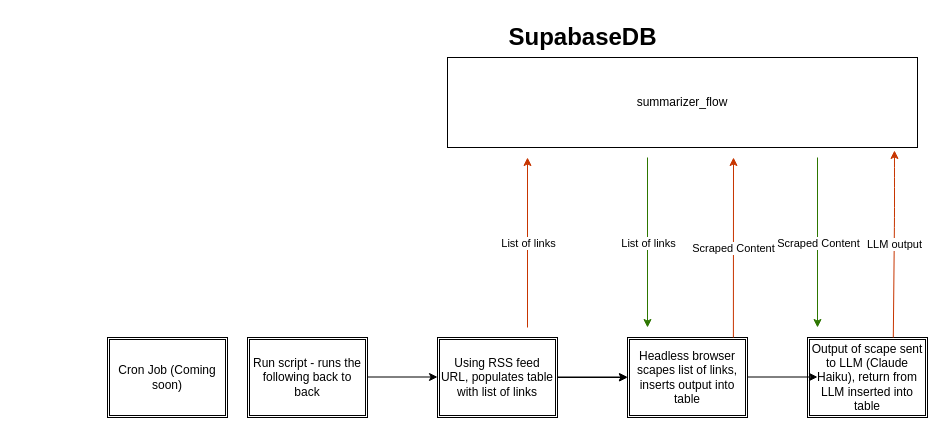
This is Flow.drawio from jfcostello/article-summarizer, a draw.io file, before an edit. Source tidied: cells renumbered, new cells numbered last; positions are measured from the earlier drawing's top-left corner, leaving out a move shared by most shapes. Both pictures are drawn from the tidied source at 100%, with x=0, y=0 at pixel (107, 17).
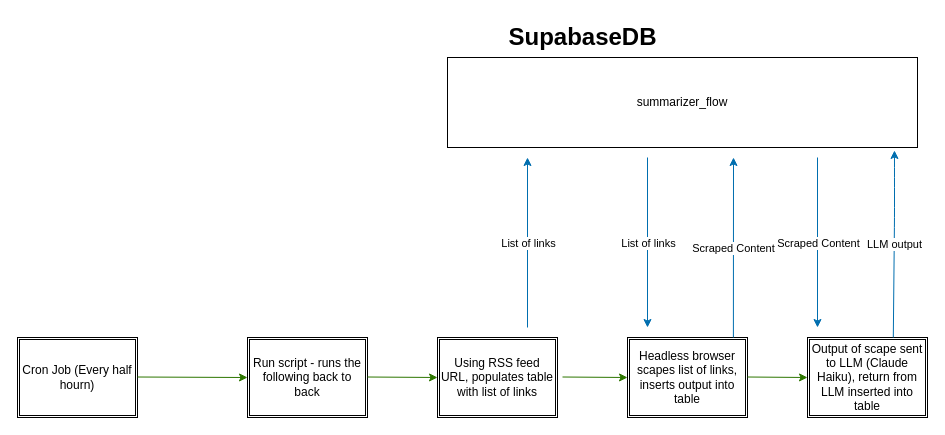
Above is the later version.

Unchanged cells that the change refers to:
```xml
<mxCell id="2" value="SupabaseDB" style="text;strokeColor=none;fillColor=none;html=1;fontSize=24;fontStyle=1;verticalAlign=middle;align=center;" parent="1" vertex="1">
  <mxGeometry x="425" width="100" height="40" as="geometry" />
</mxCell>
<mxCell id="3" value="summarizer_flow" style="whiteSpace=wrap;html=1;align=center;newEdgeStyle={&quot;edgeStyle&quot;:&quot;elbowEdgeStyle&quot;,&quot;startArrow&quot;:&quot;none&quot;,&quot;endArrow&quot;:&quot;none&quot;};" parent="1" vertex="1">
  <mxGeometry x="340" y="40" width="470" height="90" as="geometry" />
</mxCell>
<mxCell id="6" value="Using RSS feed URL, populates table with list of links" style="shape=ext;double=1;rounded=0;whiteSpace=wrap;html=1;" parent="1" vertex="1">
  <mxGeometry x="330" y="320" width="120" height="80" as="geometry" />
</mxCell>
<mxCell id="7" value="Headless browser scapes list of links, inserts output into table" style="shape=ext;double=1;rounded=0;whiteSpace=wrap;html=1;" parent="1" vertex="1">
  <mxGeometry x="520" y="320" width="120" height="80" as="geometry" />
</mxCell>
<mxCell id="21" value="Run script - runs the following back to back" style="shape=ext;double=1;rounded=0;whiteSpace=wrap;html=1;" parent="1" vertex="1">
  <mxGeometry x="140" y="320" width="120" height="80" as="geometry" />
</mxCell>
```

What changed in the source:
```diff
@@
+    <mxCell id="23" style="edgeStyle=none;html=1;" parent="1" edge="1" source="2" target="3">
+      <mxGeometry relative="1" as="geometry" />
+    </mxCell>
+    <mxCell id="24" style="edgeStyle=none;html=1;" parent="1" edge="1" source="2" target="3">
+      <mxGeometry relative="1" as="geometry" />
+    </mxCell>
+    <mxCell id="25" style="edgeStyle=none;html=1;" parent="1" edge="1" source="2" target="3">
+      <mxGeometry relative="1" as="geometry" />
+    </mxCell>
@@
-    <mxCell id="4" value="Cron Job (Coming soon)" style="shape=ext;double=1;rounded=0;whiteSpace=wrap;html=1;" parent="1" vertex="1">
-      <mxGeometry y="320" width="120" height="80" as="geometry" />
+    <mxCell id="4" value="Cron Job (Every half hourn)" style="shape=ext;double=1;rounded=0;whiteSpace=wrap;html=1;" parent="1" vertex="1">
+      <mxGeometry x="-90" y="320" width="120" height="80" as="geometry" />
     </mxCell>
-    <mxCell id="5" style="edgeStyle=none;html=1;labelBackgroundColor=#66B2FF;labelBorderColor=#33FFFF;" parent="1" edge="1" source="6" target="7">
-      <mxGeometry relative="1" as="geometry" />
-    </mxCell>
@@
-    <mxCell id="9" style="endArrow=classic;html=1;" parent="1" edge="1">
+    <mxCell id="9" style="endArrow=classic;html=1;fillColor=#60a917;strokeColor=#2D7600;" parent="1" edge="1">
       <mxGeometry relative="1" as="geometry">
-        <mxPoint x="450" y="359.5" as="sourcePoint" />
-        <mxPoint x="520" y="359.5" as="targetPoint" />
+        <mxPoint x="455" y="359.5" as="sourcePoint" />
+        <mxPoint x="520" y="360" as="targetPoint" />
       </mxGeometry>
     </mxCell>
-    <mxCell id="10" style="endArrow=classic;html=1;" parent="1" edge="1">
+    <mxCell id="10" style="endArrow=classic;html=1;fillColor=#60a917;strokeColor=#2D7600;" parent="1" edge="1">
       <mxGeometry relative="1" as="geometry">
         <mxPoint x="640" y="359.5" as="sourcePoint" />
-        <mxPoint x="710" y="359.5" as="targetPoint" />
+        <mxPoint x="700" y="360" as="targetPoint" />
       </mxGeometry>
     </mxCell>
-    <mxCell id="11" style="endArrow=classic;html=1;labelBorderColor=default;fillColor=#fa6800;strokeColor=#C73500;" parent="1" edge="1">
+    <mxCell id="11" style="endArrow=classic;html=1;labelBorderColor=default;fillColor=#1ba1e2;strokeColor=#006EAF;" parent="1" edge="1">
       <mxGeometry relative="1" as="geometry">
         <mxPoint x="420" y="310" as="sourcePoint" />
         <mxPoint x="420" y="140" as="targetPoint" />
       </mxGeometry>
     </mxCell>
@@
-    <mxCell id="13" style="endArrow=classic;html=1;fillColor=#60a917;strokeColor=#2D7600;" parent="1" edge="1">
+    <mxCell id="13" style="endArrow=classic;html=1;fillColor=#1ba1e2;strokeColor=#006EAF;" parent="1" edge="1">
       <mxGeometry relative="1" as="geometry">
         <mxPoint x="540" y="140" as="sourcePoint" />
         <mxPoint x="540" y="310" as="targetPoint" />
       </mxGeometry>
     </mxCell>
@@
-    <mxCell id="15" style="endArrow=classic;html=1;fillColor=#fa6800;strokeColor=#C73500;" parent="1" edge="1">
+    <mxCell id="15" style="endArrow=classic;html=1;fillColor=#1ba1e2;strokeColor=#006EAF;" parent="1" edge="1">
       <mxGeometry relative="1" as="geometry">
         <mxPoint x="625.9" y="320" as="sourcePoint" />
         <mxPoint x="626" y="140" as="targetPoint" />
       </mxGeometry>
     </mxCell>
@@
-    <mxCell id="17" style="endArrow=classic;html=1;fillColor=#60a917;strokeColor=#2D7600;" parent="1" edge="1">
+    <mxCell id="17" style="endArrow=classic;html=1;fillColor=#1ba1e2;strokeColor=#006EAF;" parent="1" edge="1">
       <mxGeometry relative="1" as="geometry">
         <mxPoint x="710" y="140" as="sourcePoint" />
         <mxPoint x="710" y="310" as="targetPoint" />
       </mxGeometry>
     </mxCell>
@@
-    <mxCell id="19" style="endArrow=classic;html=1;entryX=0.951;entryY=1.033;entryDx=0;entryDy=0;entryPerimeter=0;fillColor=#fa6800;strokeColor=#C73500;" parent="1" edge="1" target="3">
+    <mxCell id="19" style="endArrow=classic;html=1;entryX=0.951;entryY=1.033;entryDx=0;entryDy=0;entryPerimeter=0;fillColor=#1ba1e2;strokeColor=#006EAF;" parent="1" edge="1" target="3">
       <mxGeometry relative="1" as="geometry">
         <mxPoint x="785.8" y="320" as="sourcePoint" />
         <Array as="points">
           <mxPoint x="787" y="200" />
           <mxPoint x="787" y="160" />
         </Array>
       </mxGeometry>
     </mxCell>
@@
-    <mxCell id="22" style="endArrow=classic;html=1;" parent="1" edge="1">
-      <mxGeometry relative="1" as="geometry">
-        <mxPoint x="260" y="359.5" as="sourcePoint" />
-        <mxPoint x="330" y="359.5" as="targetPoint" />
-      </mxGeometry>
-    </mxCell>
+    <mxCell id="26" style="endArrow=classic;html=1;entryX=0;entryY=0.5;entryDx=0;entryDy=0;fillColor=#60a917;strokeColor=#2D7600;" parent="1" edge="1" target="21">
+      <mxGeometry relative="1" as="geometry">
+        <mxPoint x="30" y="359.5" as="sourcePoint" />
+      </mxGeometry>
+    </mxCell>
+    <mxCell id="27" style="endArrow=classic;html=1;fillColor=#60a917;strokeColor=#2D7600;entryX=0;entryY=0.5;entryDx=0;entryDy=0;" parent="1" edge="1" target="6">
+      <mxGeometry relative="1" as="geometry">
+        <mxPoint x="260" y="359.5" as="sourcePoint" />
+      </mxGeometry>
+    </mxCell>
```
